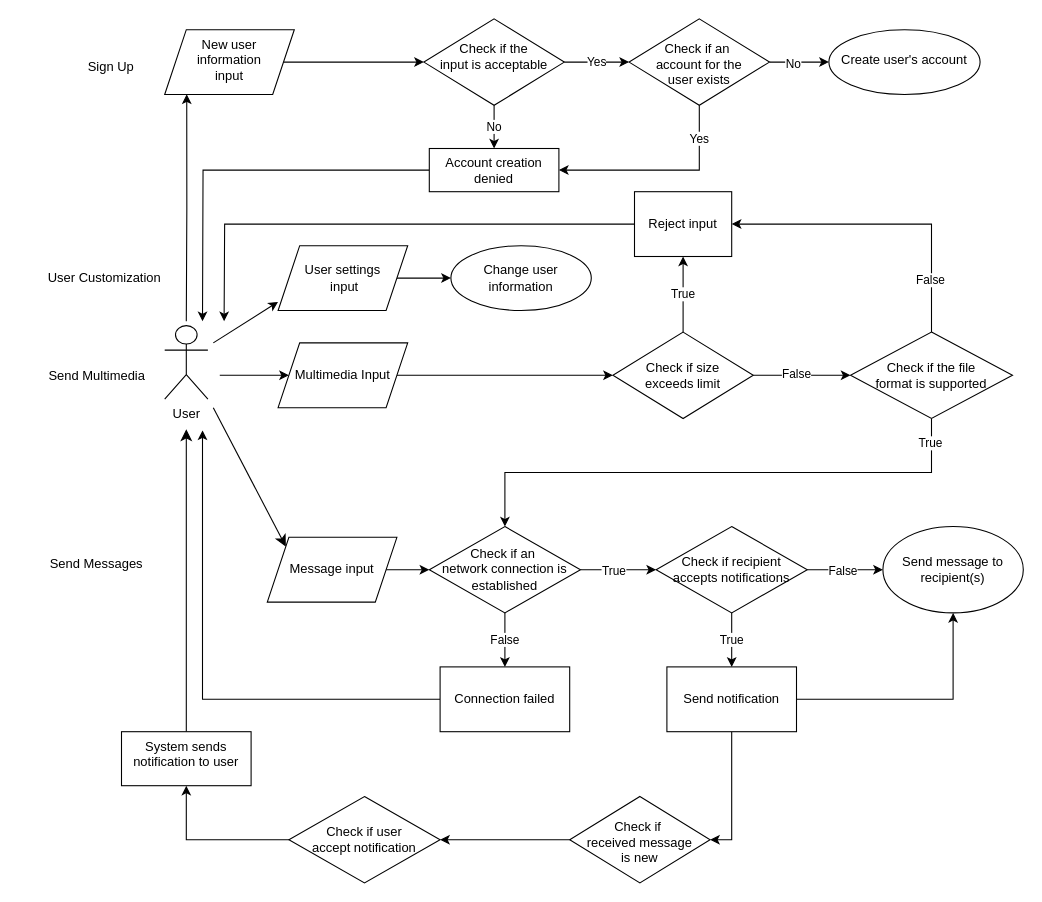
M4RL1M/CPSC-362-Chat-App-Project keeps this draw.io diagram as context.drawio. Above is the earlier version. Source tidied: cells renumbered, new cells numbered last; positions are measured from the earlier drawing's top-left corner, leaving out a move shared by most shapes. Both pictures are drawn from the tidied source at 108%, with x=0, y=0 at pixel (18, 18).
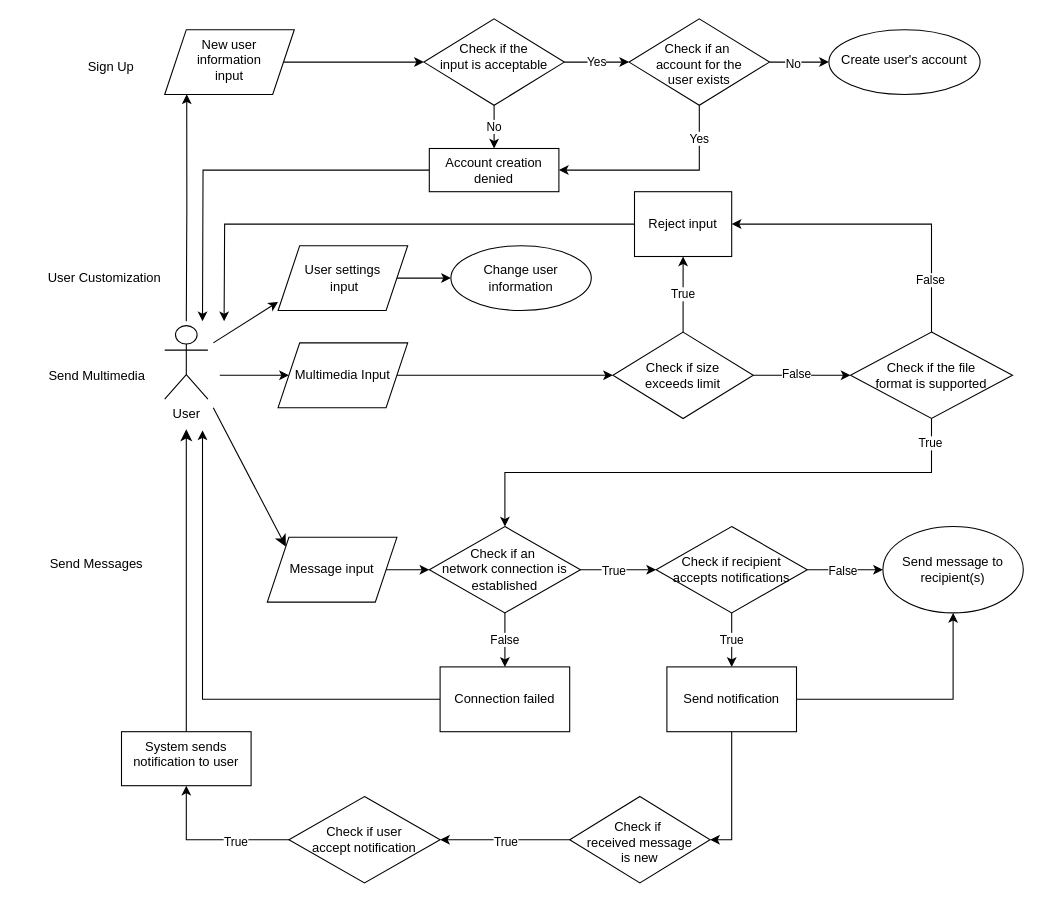
The same page after the edit.

The change refers to these unchanged cells:
```xml
<mxCell id="58" style="edgeStyle=orthogonalEdgeStyle;rounded=0;jettySize=auto;html=1;exitX=0.5;exitY=1;exitDx=0;exitDy=0;entryX=0.5;entryY=0;entryDx=0;entryDy=0;" parent="1" edge="1" source="60" target="27">
  <mxGeometry relative="1" as="geometry" />
</mxCell>
```

Change to the diagram source:
```diff
@@
+    <mxCell id="62" value="True" style="edgeLabel;html=1;align=center;verticalAlign=middle;" parent="58" vertex="1">
+      <mxGeometry x="-0.91" y="-2" relative="1" as="geometry">
+        <mxPoint x="-393" y="369" as="offset" />
+      </mxGeometry>
+    </mxCell>
+    <mxCell id="63" value="True" style="edgeLabel;html=1;align=center;verticalAlign=middle;" parent="58" vertex="1">
+      <mxGeometry x="-0.91" y="-2" relative="1" as="geometry">
+        <mxPoint x="-643" y="369" as="offset" />
+      </mxGeometry>
+    </mxCell>
```
